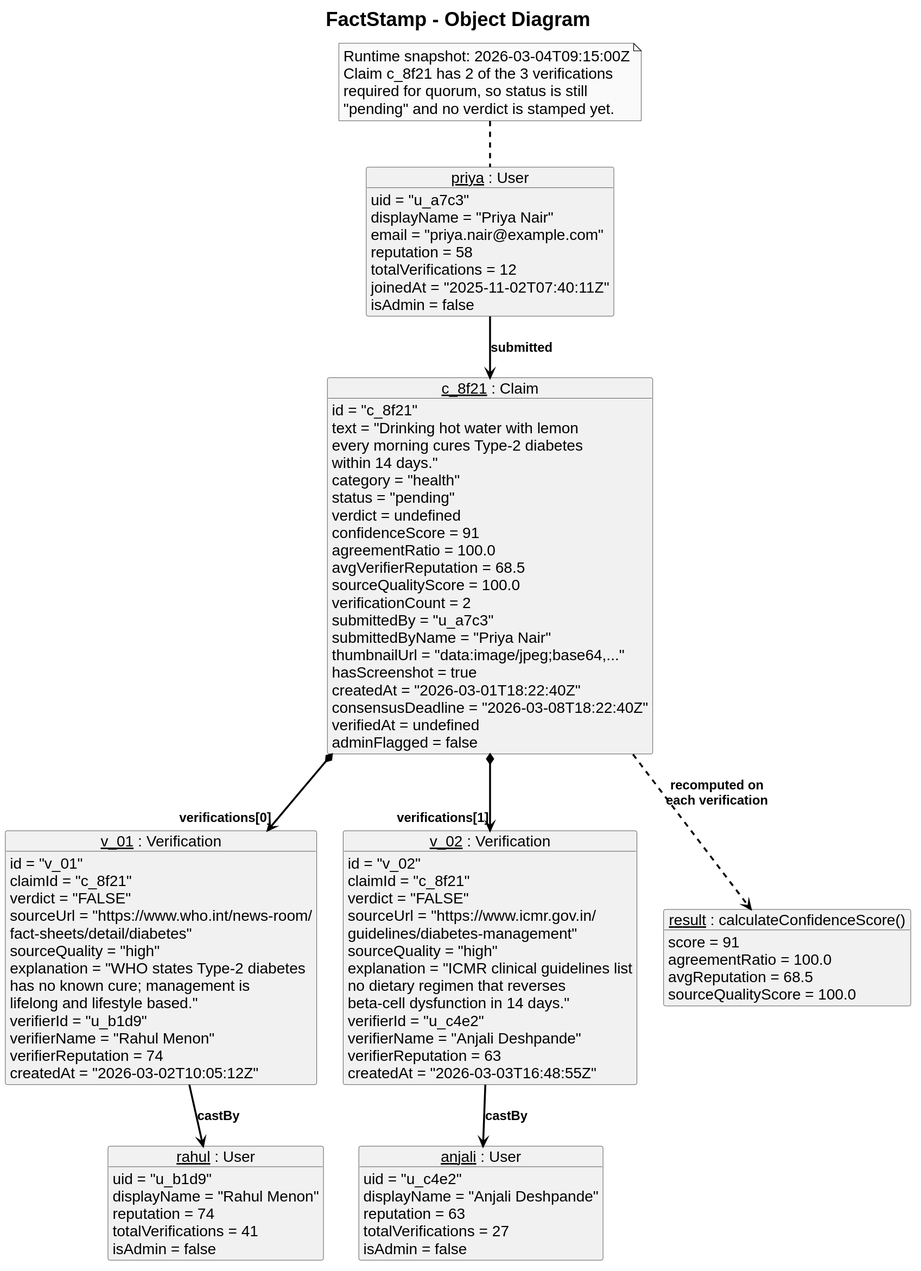
This is FactStamp/main_blackbook/03_Requirements_and_Analysis/attachments/object_diagram.svg from aadish0day/typst, a PlantUML export, as it was before one commit.
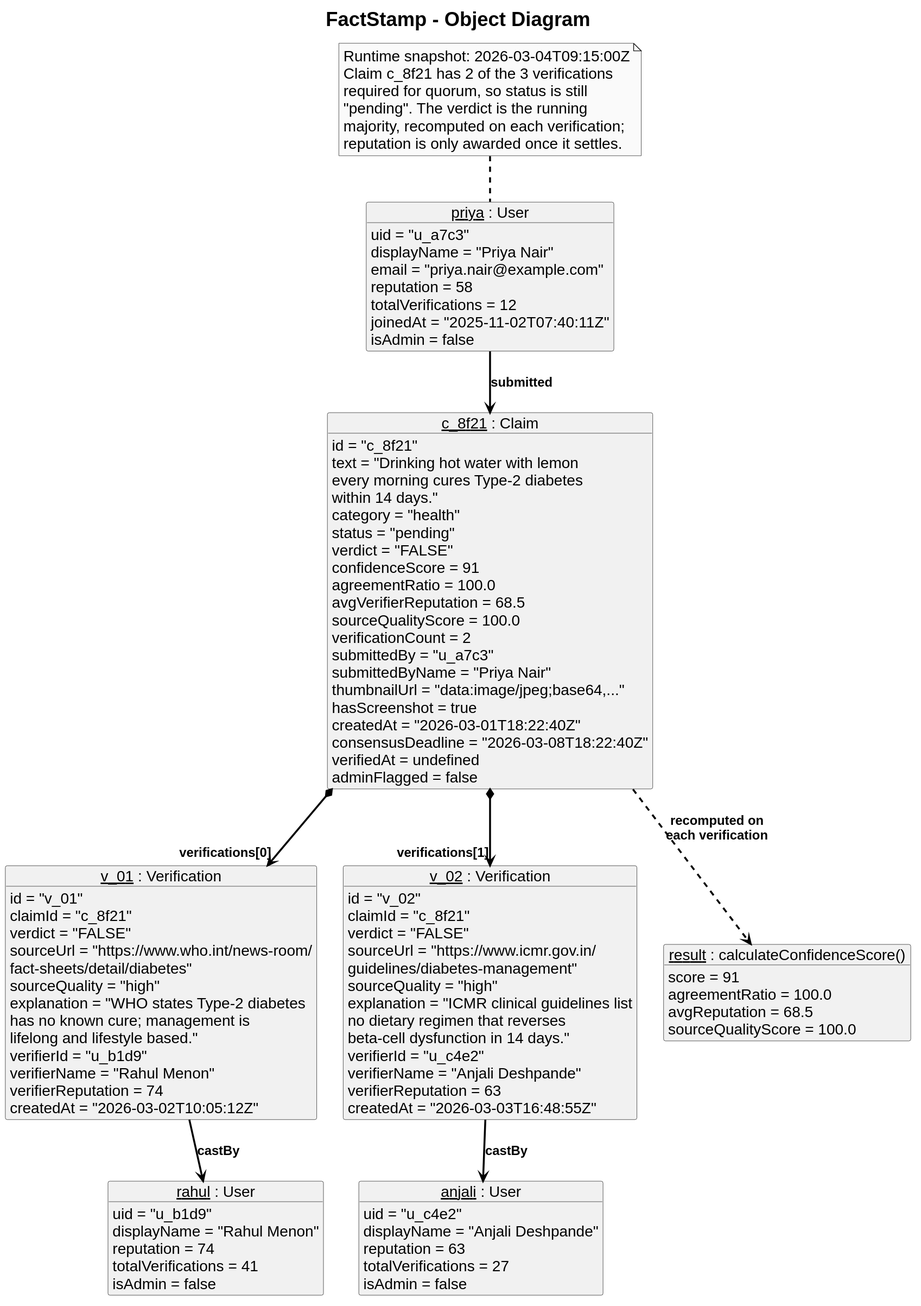
The same diagram one commit later.

Change to the diagram source:
```diff
@@ -32,7 +32,9 @@
   Runtime snapshot: 2026-03-04T09:15:00Z
   Claim c_8f21 has 2 of the 3 verifications
   required for quorum, so status is still
-  "pending" and no verdict is stamped yet.
+  "pending". The verdict is the running
+  majority, recomputed on each verification;
+  reputation is only awarded once it settles.
 end note
 
 object "priya : User" as submitter {
@@ -52,7 +54,7 @@
   within 14 days."
   category = "health"
   status = "pending"
-  verdict = undefined
+  verdict = "FALSE"
   confidenceScore = 91
   agreementRatio = 100.0
   avgVerifierReputation = 68.5
```
